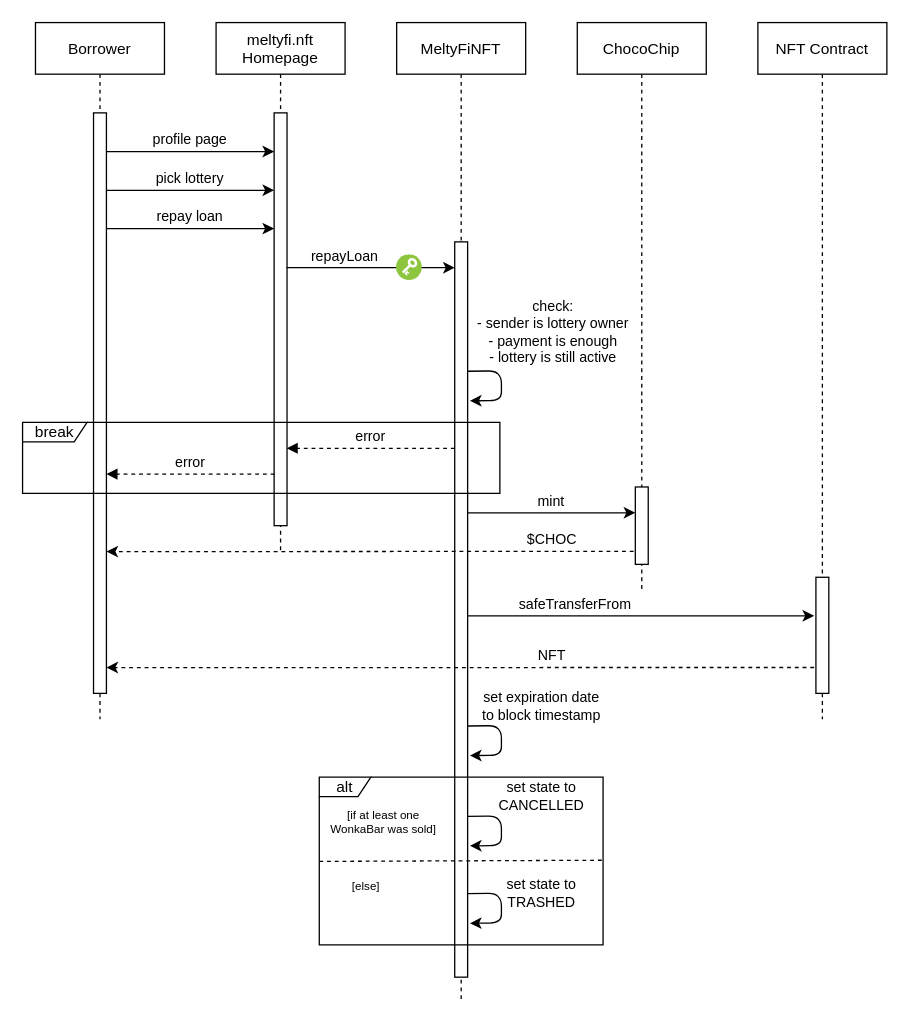
Above: page "Pagina-2" (2 of 5) of report/diagrams/sequence_diagrams.drawio in VincenzoImp/meltyfi (draw.io), before the change. Source tidied: cells renumbered, new cells numbered last; positions are measured from the earlier drawing's top-left corner, leaving out a move shared by most shapes. Both pictures are drawn from the tidied source at 129%, with x=0, y=0 at pixel (22, 22).
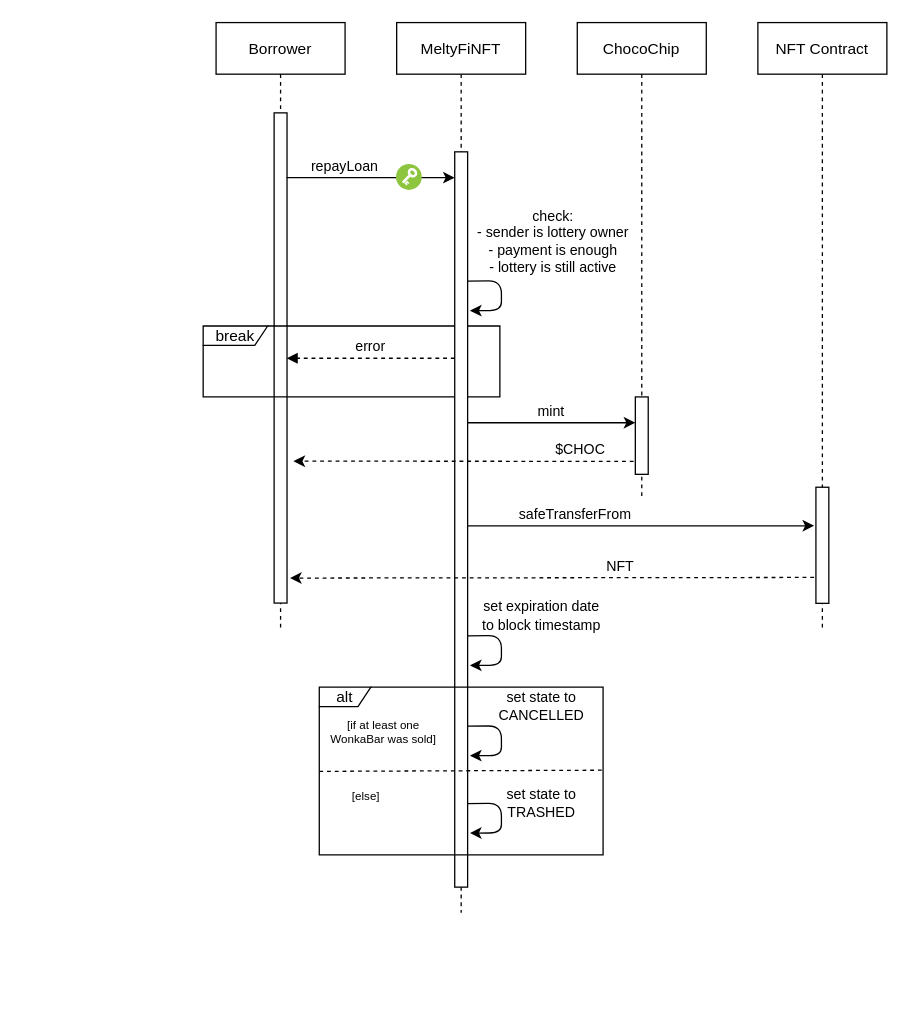
Above is the later version.

The edit, as a diff of the source:
```diff
@@
     <mxCell id="2" value="NFT Contract" style="shape=umlLifeline;perimeter=lifelinePerimeter;rounded=0;shadow=0;strokeWidth=1;" parent="1" vertex="1">
-      <mxGeometry x="570" width="100" height="540" as="geometry" />
+      <mxGeometry x="570" width="100" height="470" as="geometry" />
     </mxCell>
-    <mxCell id="3" value="Borrower" style="shape=umlLifeline;perimeter=lifelinePerimeter;rounded=0;shadow=0;strokeWidth=1;" parent="1" vertex="1">
-      <mxGeometry x="10" width="100" height="540" as="geometry" />
-    </mxCell>
-    <mxCell id="4" style="perimeter=orthogonalPerimeter;rounded=0;shadow=0;strokeWidth=1;" parent="3" vertex="1">
-      <mxGeometry x="45" y="70" width="10" height="450" as="geometry" />
-    </mxCell>
-    <mxCell id="5" value="meltyfi.nft&#10;Homepage" style="shape=umlLifeline;perimeter=lifelinePerimeter;rounded=0;shadow=0;strokeWidth=1;" parent="1" vertex="1">
-      <mxGeometry x="150" width="100" height="410" as="geometry" />
+    <mxCell id="5" value="Borrower" style="shape=umlLifeline;perimeter=lifelinePerimeter;rounded=0;shadow=0;strokeWidth=1;" parent="1" vertex="1">
+      <mxGeometry x="150" width="100" height="470" as="geometry" />
     </mxCell>
     <mxCell id="6" style="points=[];perimeter=orthogonalPerimeter;rounded=0;shadow=0;strokeWidth=1;" parent="5" vertex="1">
-      <mxGeometry x="45" y="70" width="10" height="320" as="geometry" />
+      <mxGeometry x="45" y="70" width="10" height="380" as="geometry" />
     </mxCell>
-    <mxCell id="7" value="repay loan" style="verticalAlign=bottom;endArrow=none;shadow=0;strokeWidth=1;entryX=0.967;entryY=0.219;entryDx=0;entryDy=0;entryPerimeter=0;startArrow=classic;startFill=1;endFill=0;" parent="5" edge="1">
-      <mxGeometry relative="1" as="geometry">
-        <mxPoint x="45" y="159.7" as="sourcePoint" />
-        <mxPoint x="-85.3" y="159.7" as="targetPoint" />
-      </mxGeometry>
-    </mxCell>
-    <mxCell id="8" value="pick lottery" style="verticalAlign=bottom;endArrow=none;shadow=0;strokeWidth=1;entryX=0.967;entryY=0.219;entryDx=0;entryDy=0;entryPerimeter=0;startArrow=classic;startFill=1;endFill=0;" parent="5" edge="1">
-      <mxGeometry relative="1" as="geometry">
-        <mxPoint x="45" y="130" as="sourcePoint" />
-        <mxPoint x="-85.3" y="130" as="targetPoint" />
-      </mxGeometry>
-    </mxCell>
-    <mxCell id="9" value="profile page" style="verticalAlign=bottom;endArrow=none;shadow=0;strokeWidth=1;entryX=0.967;entryY=0.219;entryDx=0;entryDy=0;entryPerimeter=0;startArrow=classic;startFill=1;endFill=0;" parent="1" edge="1">
-      <mxGeometry relative="1" as="geometry">
-        <mxPoint x="195" y="100" as="sourcePoint" />
-        <mxPoint x="64.7" y="100" as="targetPoint" />
-      </mxGeometry>
-    </mxCell>
+    <mxCell id="17" value="break" style="shape=umlFrame;whiteSpace=wrap;html=1;width=50;height=15;" parent="5" vertex="1">
+      <mxGeometry x="-10" y="235.2" width="230" height="55" as="geometry" />
+    </mxCell>
     <mxCell id="10" value="MeltyFiNFT" style="shape=umlLifeline;perimeter=lifelinePerimeter;rounded=0;shadow=0;strokeWidth=1;" parent="1" vertex="1">
-      <mxGeometry x="290" width="100" height="760" as="geometry" />
+      <mxGeometry x="290" width="100" height="690" as="geometry" />
     </mxCell>
+    <mxCell id="18" value="ChocoChip" style="shape=umlLifeline;perimeter=lifelinePerimeter;rounded=0;shadow=0;strokeWidth=1;" parent="1" vertex="1">
+      <mxGeometry x="430" width="100" height="370" as="geometry" />
+    </mxCell>
-    <mxCell id="11" style="perimeter=orthogonalPerimeter;rounded=0;shadow=0;strokeWidth=1;" parent="10" vertex="1">
-      <mxGeometry x="45" y="170" width="10" height="570" as="geometry" />
+    <mxCell id="11" style="perimeter=orthogonalPerimeter;rounded=0;shadow=0;strokeWidth=1;" parent="1" vertex="1">
+      <mxGeometry x="335" y="100.2" width="10" height="570" as="geometry" />
     </mxCell>
-    <mxCell id="12" value="repayLoan" style="verticalAlign=bottom;endArrow=none;shadow=0;strokeWidth=1;entryX=0.967;entryY=0.219;entryDx=0;entryDy=0;entryPerimeter=0;startArrow=classic;startFill=1;endFill=0;" parent="10" edge="1">
+    <mxCell id="12" value="repayLoan" style="verticalAlign=bottom;endArrow=none;shadow=0;strokeWidth=1;entryX=0.967;entryY=0.219;entryDx=0;entryDy=0;entryPerimeter=0;startArrow=classic;startFill=1;endFill=0;" parent="1" edge="1">
       <mxGeometry x="0.3" relative="1" as="geometry">
-        <mxPoint x="45" y="190" as="sourcePoint" />
-        <mxPoint x="-85.3" y="190" as="targetPoint" />
+        <mxPoint x="335" y="120.2" as="sourcePoint" />
+        <mxPoint x="204.7" y="120.2" as="targetPoint" />
       </mxGeometry>
     </mxCell>
-    <mxCell id="13" style="perimeter=ellipsePerimeter;html=1;align=center;shadow=0;dashed=0;fontColor=#4277BB;labelBackgroundColor=#ffffff;fontSize=12;spacingTop=3;image;image=img/lib/ibm/vpc/Key.svg;" parent="10" vertex="1">
-      <mxGeometry y="180" width="20" height="20" as="geometry" />
+    <mxCell id="13" style="perimeter=ellipsePerimeter;html=1;align=center;shadow=0;dashed=0;fontColor=#4277BB;labelBackgroundColor=#ffffff;fontSize=12;spacingTop=3;image;image=img/lib/ibm/vpc/Key.svg;" parent="1" vertex="1">
+      <mxGeometry x="290" y="110.2" width="20" height="20" as="geometry" />
     </mxCell>
-    <mxCell id="14" style="endArrow=classic;html=1;exitX=0.883;exitY=0.392;exitDx=0;exitDy=0;exitPerimeter=0;entryX=1.06;entryY=0.413;entryDx=0;entryDy=0;entryPerimeter=0;jumpStyle=none;jumpSize=6;strokeWidth=1;strokeColor=default;rounded=1;" parent="10" edge="1">
+    <mxCell id="14" style="endArrow=classic;html=1;exitX=0.883;exitY=0.392;exitDx=0;exitDy=0;exitPerimeter=0;entryX=1.06;entryY=0.413;entryDx=0;entryDy=0;entryPerimeter=0;jumpStyle=none;jumpSize=6;strokeWidth=1;strokeColor=default;rounded=1;" parent="1" edge="1">
       <mxGeometry relative="1" as="geometry">
-        <mxPoint x="55" y="270.3" as="sourcePoint" />
-        <mxPoint x="56.8" y="293.2" as="targetPoint" />
+        <mxPoint x="345" y="200.4" as="sourcePoint" />
+        <mxPoint x="346.8" y="223.3" as="targetPoint" />
         <Array as="points">
-          <mxPoint x="81.2" y="270" />
-          <mxPoint x="81.2" y="293" />
+          <mxPoint x="371.2" y="200.2" />
+          <mxPoint x="371.2" y="223.2" />
         </Array>
       </mxGeometry>
     </mxCell>
@@
-    <mxCell id="16" value="error" style="verticalAlign=bottom;endArrow=block;shadow=0;strokeWidth=1;entryX=0.967;entryY=0.219;entryDx=0;entryDy=0;entryPerimeter=0;dashed=1;" parent="10" edge="1">
+    <mxCell id="16" value="error" style="verticalAlign=bottom;endArrow=block;shadow=0;strokeWidth=1;entryX=0.967;entryY=0.219;entryDx=0;entryDy=0;entryPerimeter=0;dashed=1;" parent="1" edge="1">
       <mxGeometry relative="1" as="geometry">
-        <mxPoint x="45" y="330" as="sourcePoint" />
-        <mxPoint x="-85.3" y="330" as="targetPoint" />
+        <mxPoint x="335" y="260.2" as="sourcePoint" />
+        <mxPoint x="204.7" y="260.2" as="targetPoint" />
       </mxGeometry>
     </mxCell>
-    <mxCell id="17" value="break" style="shape=umlFrame;whiteSpace=wrap;html=1;width=50;height=15;" parent="10" vertex="1">
-      <mxGeometry x="-290" y="310" width="370" height="55" as="geometry" />
-    </mxCell>
-    <mxCell id="18" value="ChocoChip" style="shape=umlLifeline;perimeter=lifelinePerimeter;rounded=0;shadow=0;strokeWidth=1;" parent="1" vertex="1">
-      <mxGeometry x="430" width="100" height="440" as="geometry" />
-    </mxCell>
-    <mxCell id="19" value="safeTransferFrom" style="verticalAlign=bottom;endArrow=none;shadow=0;strokeWidth=1;entryX=0.967;entryY=0.219;entryDx=0;entryDy=0;entryPerimeter=0;startArrow=classic;startFill=1;endFill=0;exitX=-0.138;exitY=0.332;exitDx=0;exitDy=0;exitPerimeter=0;" parent="18" edge="1" source="26">
+    <mxCell id="19" value="safeTransferFrom" style="verticalAlign=bottom;endArrow=none;shadow=0;strokeWidth=1;entryX=0.967;entryY=0.219;entryDx=0;entryDy=0;entryPerimeter=0;startArrow=classic;startFill=1;endFill=0;exitX=-0.138;exitY=0.332;exitDx=0;exitDy=0;exitPerimeter=0;" parent="1" edge="1" source="26">
       <mxGeometry x="0.38" relative="1" as="geometry">
-        <mxPoint x="-85" y="460" as="targetPoint" />
+        <mxPoint x="345" y="390.2" as="targetPoint" />
       </mxGeometry>
     </mxCell>
-    <mxCell id="20" style="endArrow=classic;html=1;exitX=0.883;exitY=0.392;exitDx=0;exitDy=0;exitPerimeter=0;entryX=1.06;entryY=0.413;entryDx=0;entryDy=0;entryPerimeter=0;jumpStyle=none;jumpSize=6;strokeWidth=1;strokeColor=default;rounded=1;" parent="18" edge="1">
+    <mxCell id="20" style="endArrow=classic;html=1;exitX=0.883;exitY=0.392;exitDx=0;exitDy=0;exitPerimeter=0;entryX=1.06;entryY=0.413;entryDx=0;entryDy=0;entryPerimeter=0;jumpStyle=none;jumpSize=6;strokeWidth=1;strokeColor=default;rounded=1;" parent="1" edge="1">
       <mxGeometry relative="1" as="geometry">
-        <mxPoint x="-85" y="615.3" as="sourcePoint" />
-        <mxPoint x="-83.2" y="638.2" as="targetPoint" />
+        <mxPoint x="345" y="545.4" as="sourcePoint" />
+        <mxPoint x="346.8" y="568.3" as="targetPoint" />
         <Array as="points">
-          <mxPoint x="-58.8" y="615" />
-          <mxPoint x="-58.8" y="638" />
+          <mxPoint x="371.2" y="545.2" />
+          <mxPoint x="371.2" y="568.2" />
         </Array>
       </mxGeometry>
     </mxCell>
@@
-    <mxCell id="22" style="endArrow=classic;html=1;exitX=0.883;exitY=0.392;exitDx=0;exitDy=0;exitPerimeter=0;entryX=1.06;entryY=0.413;entryDx=0;entryDy=0;entryPerimeter=0;jumpStyle=none;jumpSize=6;strokeWidth=1;strokeColor=default;rounded=1;" parent="18" edge="1">
+    <mxCell id="22" style="endArrow=classic;html=1;exitX=0.883;exitY=0.392;exitDx=0;exitDy=0;exitPerimeter=0;entryX=1.06;entryY=0.413;entryDx=0;entryDy=0;entryPerimeter=0;jumpStyle=none;jumpSize=6;strokeWidth=1;strokeColor=default;rounded=1;" parent="1" edge="1">
       <mxGeometry relative="1" as="geometry">
-        <mxPoint x="-85" y="675.3" as="sourcePoint" />
-        <mxPoint x="-83.2" y="698.2" as="targetPoint" />
+        <mxPoint x="345" y="605.4" as="sourcePoint" />
+        <mxPoint x="346.8" y="628.3" as="targetPoint" />
         <Array as="points">
-          <mxPoint x="-58.8" y="675" />
-          <mxPoint x="-58.8" y="698" />
+          <mxPoint x="371.2" y="605.2" />
+          <mxPoint x="371.2" y="628.2" />
         </Array>
       </mxGeometry>
     </mxCell>
@@
-    <mxCell id="24" style="points=[];perimeter=orthogonalPerimeter;rounded=0;shadow=0;strokeWidth=1;" parent="18" vertex="1">
-      <mxGeometry x="45" y="360" width="10" height="60" as="geometry" />
+    <mxCell id="24" style="points=[];perimeter=orthogonalPerimeter;rounded=0;shadow=0;strokeWidth=1;" parent="1" vertex="1">
+      <mxGeometry x="475" y="290.2" width="10" height="60" as="geometry" />
     </mxCell>
-    <mxCell id="25" value="mint" style="verticalAlign=bottom;endArrow=none;shadow=0;strokeWidth=1;entryX=0.967;entryY=0.219;entryDx=0;entryDy=0;entryPerimeter=0;startArrow=classic;startFill=1;endFill=0;" parent="18" edge="1">
+    <mxCell id="25" value="mint" style="verticalAlign=bottom;endArrow=none;shadow=0;strokeWidth=1;entryX=0.967;entryY=0.219;entryDx=0;entryDy=0;entryPerimeter=0;startArrow=classic;startFill=1;endFill=0;" parent="1" edge="1">
       <mxGeometry relative="1" as="geometry">
-        <mxPoint x="45" y="380" as="sourcePoint" />
-        <mxPoint x="-85.3" y="380" as="targetPoint" />
+        <mxPoint x="475" y="310.2" as="sourcePoint" />
+        <mxPoint x="344.7" y="310.2" as="targetPoint" />
       </mxGeometry>
     </mxCell>
-    <mxCell id="26" style="points=[];perimeter=orthogonalPerimeter;rounded=0;shadow=0;strokeWidth=1;" parent="18" vertex="1">
-      <mxGeometry x="185" y="430" width="10" height="90" as="geometry" />
+    <mxCell id="26" style="points=[];perimeter=orthogonalPerimeter;rounded=0;shadow=0;strokeWidth=1;" parent="1" vertex="1">
+      <mxGeometry x="615" y="360.2" width="10" height="90" as="geometry" />
     </mxCell>
-    <mxCell id="27" style="endArrow=classic;html=1;exitX=0.883;exitY=0.392;exitDx=0;exitDy=0;exitPerimeter=0;entryX=1.06;entryY=0.413;entryDx=0;entryDy=0;entryPerimeter=0;jumpStyle=none;jumpSize=6;strokeWidth=1;strokeColor=default;rounded=1;" parent="18" edge="1">
+    <mxCell id="27" style="endArrow=classic;html=1;exitX=0.883;exitY=0.392;exitDx=0;exitDy=0;exitPerimeter=0;entryX=1.06;entryY=0.413;entryDx=0;entryDy=0;entryPerimeter=0;jumpStyle=none;jumpSize=6;strokeWidth=1;strokeColor=default;rounded=1;" parent="1" edge="1">
       <mxGeometry relative="1" as="geometry">
-        <mxPoint x="-85" y="545.3" as="sourcePoint" />
-        <mxPoint x="-83.2" y="568.2" as="targetPoint" />
+        <mxPoint x="345" y="475.4" as="sourcePoint" />
+        <mxPoint x="346.8" y="498.3" as="targetPoint" />
         <Array as="points">
-          <mxPoint x="-58.8" y="545" />
-          <mxPoint x="-58.8" y="568" />
+          <mxPoint x="371.2" y="475.2" />
+          <mxPoint x="371.2" y="498.2" />
         </Array>
       </mxGeometry>
     </mxCell>
@@
-    <mxCell id="29" style="group;" parent="18" vertex="1">
-      <mxGeometry x="-200" y="585" width="220" height="130" as="geometry" />
+    <mxCell id="29" style="group;" parent="1" vertex="1">
+      <mxGeometry x="230" y="515.2" width="220" height="130" as="geometry" />
     </mxCell>
@@
-    <mxCell id="34" value="NFT" style="verticalAlign=bottom;endArrow=classic;shadow=0;strokeWidth=1;entryX=-0.138;entryY=0.777;entryDx=0;entryDy=0;entryPerimeter=0;startArrow=none;startFill=0;endFill=1;exitX=-0.138;exitY=0.777;exitDx=0;exitDy=0;exitPerimeter=0;dashed=1;" parent="18" edge="1" source="26">
-      <mxGeometry x="-0.26" relative="1" as="geometry">
-        <mxPoint x="-365" y="500" as="targetPoint" />
-      </mxGeometry>
+    <mxCell id="34" value="NFT" style="verticalAlign=bottom;endArrow=classic;shadow=0;strokeWidth=1;entryX=1.232;entryY=0.949;entryDx=0;entryDy=0;entryPerimeter=0;startArrow=none;startFill=0;endFill=1;exitX=-0.138;exitY=0.777;exitDx=0;exitDy=0;exitPerimeter=0;dashed=1;" parent="1" edge="1" source="26" target="6">
+      <mxGeometry x="-0.26" relative="1" as="geometry" />
     </mxCell>
-    <mxCell id="35" value="error" style="verticalAlign=bottom;endArrow=block;shadow=0;strokeWidth=1;entryX=0.967;entryY=0.219;entryDx=0;entryDy=0;entryPerimeter=0;dashed=1;" parent="1" edge="1">
-      <mxGeometry relative="1" as="geometry">
-        <mxPoint x="195.3" y="350" as="sourcePoint" />
-        <mxPoint x="65" y="350" as="targetPoint" />
-      </mxGeometry>
-    </mxCell>
-    <mxCell id="36" value="$CHOC" style="verticalAlign=bottom;endArrow=classic;shadow=0;strokeWidth=1;entryX=-0.138;entryY=0.777;entryDx=0;entryDy=0;entryPerimeter=0;startArrow=none;startFill=0;endFill=1;dashed=1;exitX=-0.133;exitY=0.832;exitDx=0;exitDy=0;exitPerimeter=0;" parent="1" edge="1" source="24">
+    <mxCell id="36" value="$CHOC" style="verticalAlign=bottom;endArrow=classic;shadow=0;strokeWidth=1;startArrow=none;startFill=0;endFill=1;dashed=1;exitX=-0.133;exitY=0.832;exitDx=0;exitDy=0;exitPerimeter=0;" parent="1" edge="1" source="24">
       <mxGeometry x="-0.69" relative="1" as="geometry">
-        <mxPoint x="65" y="410.1" as="targetPoint" />
+        <mxPoint x="210" y="340" as="targetPoint" />
       </mxGeometry>
     </mxCell>
```
